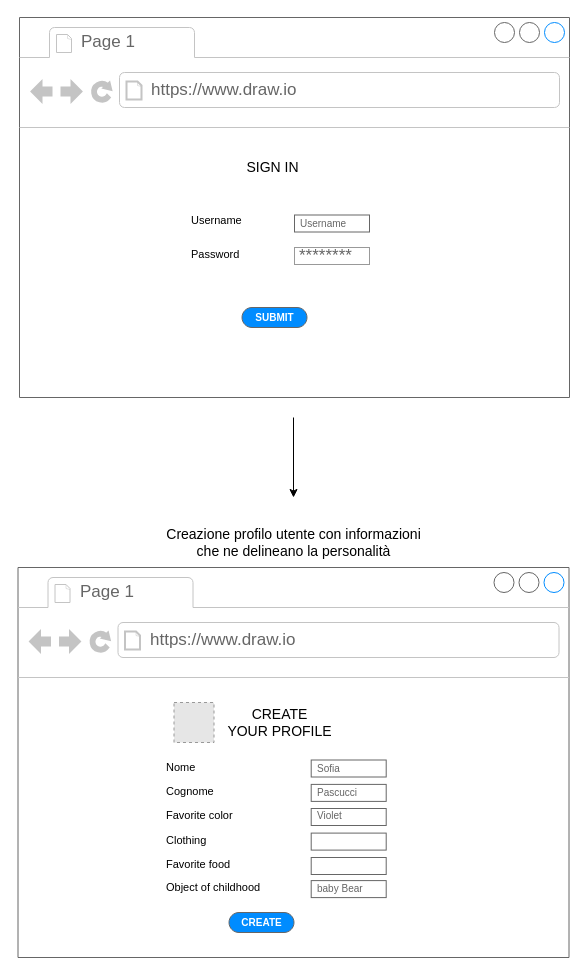
The draw.io diagram LOGINandPROFILE.drawio in ChiaraGismondi02/ArtisticMood, before the edit. Source tidied: cells renumbered, new cells numbered last; positions are measured from the earlier drawing's top-left corner, leaving out a move shared by most shapes. Both pictures are drawn from the tidied source at 100%, with x=0, y=0 at pixel (18, 17). Pictures stored in the file or linked from it are replaced by grey dashed boxes.
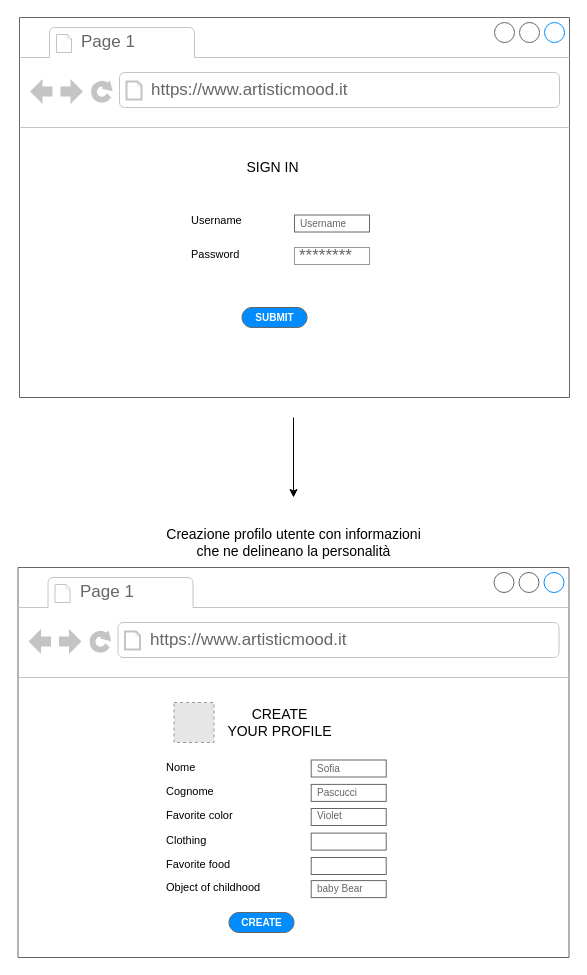
After the change.

The change refers to these unchanged cells:
```xml
<mxCell id="2" style="strokeWidth=1;shadow=0;dashed=0;align=center;html=1;shape=mxgraph.mockup.containers.browserWindow;rSize=0;strokeColor=#666666;strokeColor2=#008cff;strokeColor3=#c4c4c4;mainText=,;" parent="1" vertex="1">
  <mxGeometry x="1" width="550" height="380" as="geometry" />
</mxCell>
<mxCell id="13" style="strokeWidth=1;shadow=0;dashed=0;align=center;html=1;shape=mxgraph.mockup.containers.browserWindow;rSize=0;strokeColor=#666666;strokeColor2=#008cff;strokeColor3=#c4c4c4;mainText=,;" parent="1" vertex="1">
  <mxGeometry x="-0.5" y="550" width="551" height="390" as="geometry" />
</mxCell>
```

What changed in the source:
```diff
@@
-    <mxCell id="4" value="https://www.draw.io" style="strokeWidth=1;shadow=0;dashed=0;align=center;html=1;shape=mxgraph.mockup.containers.anchor;rSize=0;fontSize=17;fontColor=#666666;align=left;" parent="2" vertex="1">
+    <mxCell id="4" value="https://www.artisticmood.it" style="strokeWidth=1;shadow=0;dashed=0;align=center;html=1;shape=mxgraph.mockup.containers.anchor;rSize=0;fontSize=17;fontColor=#666666;align=left;" parent="2" vertex="1">
       <mxGeometry x="130" y="60" width="250" height="26" as="geometry" />
     </mxCell>
@@
-    <mxCell id="15" value="https://www.draw.io" style="strokeWidth=1;shadow=0;dashed=0;align=center;html=1;shape=mxgraph.mockup.containers.anchor;rSize=0;fontSize=17;fontColor=#666666;align=left;" parent="13" vertex="1">
+    <mxCell id="15" value="https://www.artisticmood.it" style="strokeWidth=1;shadow=0;dashed=0;align=center;html=1;shape=mxgraph.mockup.containers.anchor;rSize=0;fontSize=17;fontColor=#666666;align=left;" parent="13" vertex="1">
       <mxGeometry x="130" y="60" width="250" height="26" as="geometry" />
     </mxCell>
```
